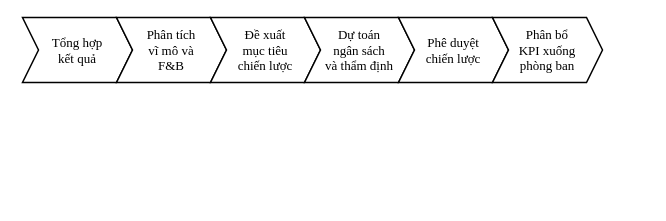
Above: page "1.Hoạch định chiến lược" (3 of 11) of diagrams/Sơ đồ Cơ cấu Tổ chức.drawio in anhddatt/IE203-phuc-long-bpm-project (draw.io), before the change. Source tidied: cells renumbered, new cells numbered last; positions are measured from the earlier drawing's top-left corner, leaving out a move shared by most shapes. Both pictures are drawn from the tidied source at 100%, with x=0, y=0 at pixel (22, 17).
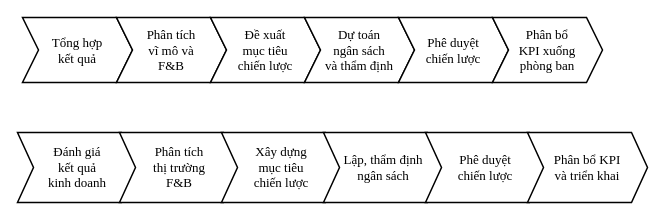
After the change.

What changed in the source:
```diff
@@
 <mxGraphModel>
   <root>
     <mxCell id="0" />
     <mxCell id="1" parent="0" />
     <mxCell id="2" style="group;" parent="1" vertex="1">
       <mxGeometry width="580" height="65" as="geometry" />
     </mxCell>
     <mxCell id="3" value="Tổng hợp&lt;br&gt;kết quả" style="shape=step;perimeter=stepPerimeter;whiteSpace=wrap;html=1;fixedSize=1;size=16;strokeWidth=1.5;fontFamily=Times New Roman;fontSize=13;align=center;verticalAlign=middle;spacingLeft=16;spacingRight=16;" parent="2" vertex="1">
       <mxGeometry width="110" height="65" as="geometry" />
     </mxCell>
     <mxCell id="4" value="Phân tích&lt;br&gt;vĩ mô và&lt;br&gt;F&amp;amp;B" style="shape=step;perimeter=stepPerimeter;whiteSpace=wrap;html=1;fixedSize=1;size=16;strokeWidth=1.5;fontFamily=Times New Roman;fontSize=13;align=center;verticalAlign=middle;spacingLeft=16;spacingRight=16;" parent="2" vertex="1">
       <mxGeometry x="94" width="110" height="65" as="geometry" />
     </mxCell>
     <mxCell id="5" value="Đề xuất&lt;br&gt;mục tiêu&lt;br&gt;chiến lược" style="shape=step;perimeter=stepPerimeter;whiteSpace=wrap;html=1;fixedSize=1;size=16;strokeWidth=1.5;fontFamily=Times New Roman;fontSize=13;align=center;verticalAlign=middle;spacingLeft=16;spacingRight=16;" parent="2" vertex="1">
       <mxGeometry x="188" width="110" height="65" as="geometry" />
     </mxCell>
     <mxCell id="6" value="Dự toán&lt;br&gt;ngân sách&lt;br&gt;và thẩm định" style="shape=step;perimeter=stepPerimeter;whiteSpace=wrap;html=1;fixedSize=1;size=16;strokeWidth=1.5;fontFamily=Times New Roman;fontSize=13;align=center;verticalAlign=middle;spacingLeft=16;spacingRight=16;" parent="2" vertex="1">
       <mxGeometry x="282" width="110" height="65" as="geometry" />
     </mxCell>
     <mxCell id="7" value="Phê duyệt&lt;br&gt;chiến lược" style="shape=step;perimeter=stepPerimeter;whiteSpace=wrap;html=1;fixedSize=1;size=16;strokeWidth=1.5;fontFamily=Times New Roman;fontSize=13;align=center;verticalAlign=middle;spacingLeft=16;spacingRight=16;" parent="2" vertex="1">
       <mxGeometry x="376" width="110" height="65" as="geometry" />
     </mxCell>
     <mxCell id="8" value="Phân bổ&lt;br&gt;KPI xuống&lt;br&gt;phòng ban" style="shape=step;perimeter=stepPerimeter;whiteSpace=wrap;html=1;fixedSize=1;size=16;strokeWidth=1.5;fontFamily=Times New Roman;fontSize=13;align=center;verticalAlign=middle;spacingLeft=16;spacingRight=16;" parent="2" vertex="1">
       <mxGeometry x="470" width="110" height="65" as="geometry" />
     </mxCell>
+    <mxCell id="9" style="group;" parent="1" vertex="1">
+      <mxGeometry x="-5" y="115" width="630" height="70" as="geometry" />
+    </mxCell>
+    <mxCell id="10" value="Đánh giá&lt;br&gt;kết quả&lt;br&gt;kinh doanh" style="shape=step;perimeter=stepPerimeter;whiteSpace=wrap;html=1;fixedSize=1;size=16;strokeWidth=1.5;fontFamily=Times New Roman;fontSize=13;align=center;verticalAlign=middle;spacingLeft=16;spacingRight=16;" parent="9" vertex="1">
+      <mxGeometry width="120" height="70" as="geometry" />
+    </mxCell>
+    <mxCell id="11" value="Phân tích&lt;br&gt;thị trường&lt;br&gt;F&amp;amp;B" style="shape=step;perimeter=stepPerimeter;whiteSpace=wrap;html=1;fixedSize=1;size=16;strokeWidth=1.5;fontFamily=Times New Roman;fontSize=13;align=center;verticalAlign=middle;spacingLeft=16;spacingRight=16;" parent="9" vertex="1">
+      <mxGeometry x="102" width="120" height="70" as="geometry" />
+    </mxCell>
+    <mxCell id="12" value="Xây dựng&lt;br&gt;mục tiêu&lt;br&gt;chiến lược" style="shape=step;perimeter=stepPerimeter;whiteSpace=wrap;html=1;fixedSize=1;size=16;strokeWidth=1.5;fontFamily=Times New Roman;fontSize=13;align=center;verticalAlign=middle;spacingLeft=16;spacingRight=16;" parent="9" vertex="1">
+      <mxGeometry x="204" width="120" height="70" as="geometry" />
+    </mxCell>
+    <mxCell id="13" value="Lập, thẩm định&lt;br&gt;ngân sách" style="shape=step;perimeter=stepPerimeter;whiteSpace=wrap;html=1;fixedSize=1;size=16;strokeWidth=1.5;fontFamily=Times New Roman;fontSize=13;align=center;verticalAlign=middle;spacingLeft=16;spacingRight=16;" parent="9" vertex="1">
+      <mxGeometry x="306" width="120" height="70" as="geometry" />
+    </mxCell>
+    <mxCell id="14" value="Phê duyệt&lt;br&gt;chiến lược" style="shape=step;perimeter=stepPerimeter;whiteSpace=wrap;html=1;fixedSize=1;size=16;strokeWidth=1.5;fontFamily=Times New Roman;fontSize=13;align=center;verticalAlign=middle;spacingLeft=16;spacingRight=16;" parent="9" vertex="1">
+      <mxGeometry x="408" width="120" height="70" as="geometry" />
+    </mxCell>
+    <mxCell id="15" value="Phân bổ KPI&lt;br&gt;và triển khai" style="shape=step;perimeter=stepPerimeter;whiteSpace=wrap;html=1;fixedSize=1;size=16;strokeWidth=1.5;fontFamily=Times New Roman;fontSize=13;align=center;verticalAlign=middle;spacingLeft=16;spacingRight=16;" parent="9" vertex="1">
+      <mxGeometry x="510" width="120" height="70" as="geometry" />
+    </mxCell>
   </root>
 </mxGraphModel>
```
